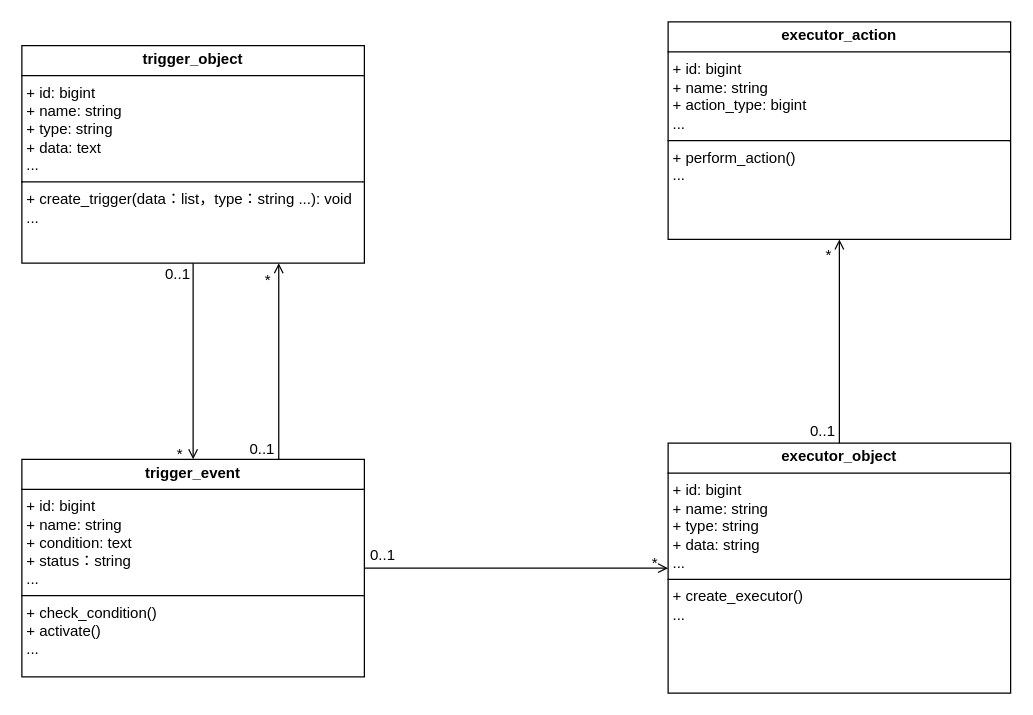
This is 自动化协作类图.drawio from qf2020/drawio, a draw.io file, before an edit. Source tidied: cells renumbered, new cells numbered last; positions are measured from the earlier drawing's top-left corner, leaving out a move shared by most shapes. Both pictures are drawn from the tidied source at 125%, with x=0, y=0 at pixel (21, 21).
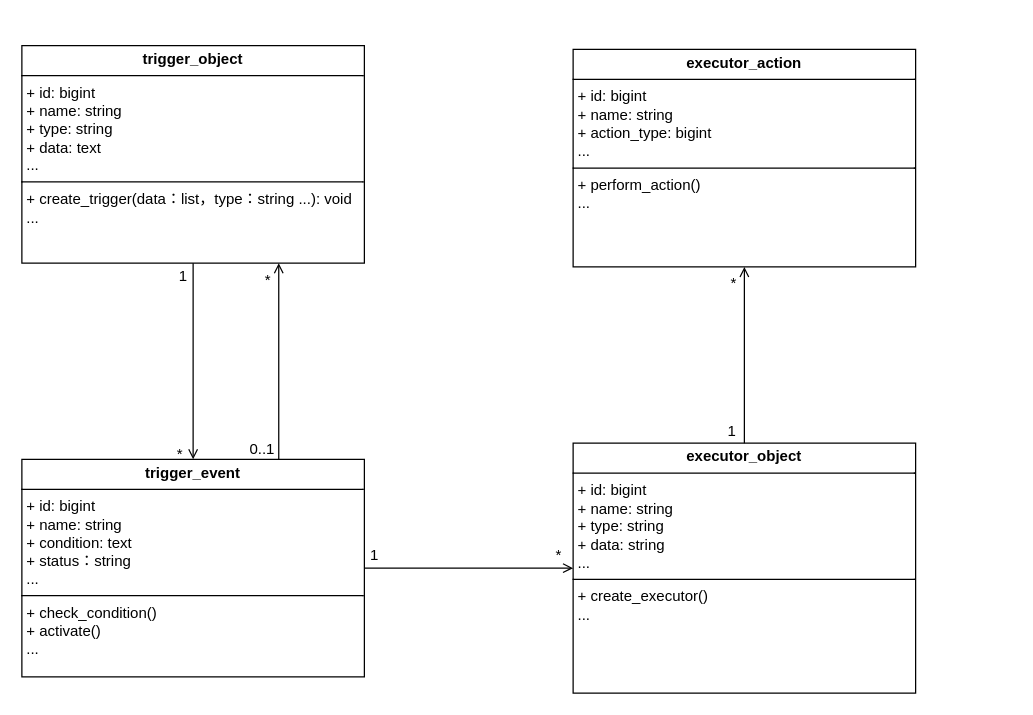
After the change.

Commit message:
更新自动化协作类图.drawio

Unchanged cells that the change refers to:
```xml
<mxCell id="6" style="endArrow=open;shadow=0;strokeWidth=1;rounded=0;curved=0;endFill=1;edgeStyle=elbowEdgeStyle;elbow=vertical;entryX=0.5;entryY=0;entryDx=0;entryDy=0;exitX=0.5;exitY=1;exitDx=0;exitDy=0;" parent="1" edge="1" source="2" target="4">
  <mxGeometry x="0.5" y="41" relative="1" as="geometry">
    <mxPoint x="-40" y="32" as="offset" />
  </mxGeometry>
</mxCell>
<mxCell id="9" style="endArrow=open;shadow=0;strokeWidth=1;rounded=0;curved=0;endFill=1;edgeStyle=elbowEdgeStyle;elbow=vertical;entryX=0.5;entryY=1;entryDx=0;entryDy=0;exitX=0.5;exitY=0;exitDx=0;exitDy=0;" parent="1" edge="1" source="3" target="5">
  <mxGeometry x="0.5" y="41" relative="1" as="geometry">
    <mxPoint x="-40" y="32" as="offset" />
  </mxGeometry>
</mxCell>
<mxCell id="12" style="endArrow=open;shadow=0;strokeWidth=1;rounded=0;endFill=1;elbow=vertical;exitX=1;exitY=0.5;exitDx=0;exitDy=0;entryX=0;entryY=0.5;entryDx=0;entryDy=0;" parent="1" edge="1" source="4" target="3">
  <mxGeometry x="0.5" y="41" relative="1" as="geometry">
    <mxPoint x="-40" y="32" as="offset" />
  </mxGeometry>
</mxCell>
```

Diff of the diagram source:
```diff
@@
     <mxCell id="3" value="&lt;p style=&quot;margin:0px;margin-top:4px;text-align:center;&quot;&gt;&lt;b&gt;executor_object&lt;/b&gt;&lt;/p&gt;&lt;hr size=&quot;1&quot; style=&quot;border-style:solid;&quot;&gt;&lt;p style=&quot;margin: 0px 0px 0px 4px;&quot;&gt;&lt;span style=&quot;background-color: transparent; color: light-dark(rgb(0, 0, 0), rgb(255, 255, 255));&quot;&gt;+ id: bigint&lt;/span&gt;&lt;/p&gt;&lt;p style=&quot;margin: 0px 0px 0px 4px;&quot;&gt;&lt;span style=&quot;background-color: transparent; color: light-dark(rgb(0, 0, 0), rgb(255, 255, 255));&quot;&gt;+ name: string&lt;/span&gt;&lt;/p&gt;&lt;p style=&quot;margin: 0px 0px 0px 4px;&quot;&gt;+ type: string&lt;/p&gt;&lt;p style=&quot;margin: 0px 0px 0px 4px;&quot;&gt;+ data: string&lt;/p&gt;&lt;p style=&quot;margin: 0px 0px 0px 4px;&quot;&gt;...&lt;/p&gt;&lt;hr size=&quot;1&quot; style=&quot;border-style:solid;&quot;&gt;&lt;p style=&quot;margin:0px;margin-left:4px;&quot;&gt;&lt;span style=&quot;background-color: transparent; color: light-dark(rgb(0, 0, 0), rgb(255, 255, 255));&quot;&gt;+ create_executor()&lt;/span&gt;&lt;/p&gt;&lt;p style=&quot;margin:0px;margin-left:4px;&quot;&gt;&lt;span style=&quot;background-color: transparent; color: light-dark(rgb(0, 0, 0), rgb(255, 255, 255));&quot;&gt;...&lt;/span&gt;&lt;/p&gt;&lt;p style=&quot;margin:0px;margin-left:4px;&quot;&gt;&lt;br&gt;&lt;/p&gt;" style="verticalAlign=top;align=left;overflow=fill;html=1;whiteSpace=wrap;" parent="1" vertex="1">
-      <mxGeometry x="517" y="337" width="274" height="200" as="geometry" />
+      <mxGeometry x="441" y="337" width="274" height="200" as="geometry" />
     </mxCell>
@@
     <mxCell id="5" value="&lt;p style=&quot;margin:0px;margin-top:4px;text-align:center;&quot;&gt;&lt;b&gt;executor_action&lt;/b&gt;&lt;/p&gt;&lt;hr size=&quot;1&quot; style=&quot;border-style:solid;&quot;&gt;&lt;p style=&quot;margin:0px;margin-left:4px;&quot;&gt;&lt;span style=&quot;background-color: transparent; color: light-dark(rgb(0, 0, 0), rgb(255, 255, 255));&quot;&gt;+ id: bigint&lt;/span&gt;&lt;/p&gt;&lt;p style=&quot;margin:0px;margin-left:4px;&quot;&gt;&lt;span style=&quot;background-color: transparent; color: light-dark(rgb(0, 0, 0), rgb(255, 255, 255));&quot;&gt;+ name: string&lt;/span&gt;&lt;/p&gt;&lt;p style=&quot;margin:0px;margin-left:4px;&quot;&gt;+ action_type: bigint&lt;/p&gt;&lt;p style=&quot;margin:0px;margin-left:4px;&quot;&gt;...&lt;/p&gt;&lt;hr size=&quot;1&quot; style=&quot;border-style:solid;&quot;&gt;&lt;p style=&quot;margin:0px;margin-left:4px;&quot;&gt;&lt;span style=&quot;background-color: transparent; color: light-dark(rgb(0, 0, 0), rgb(255, 255, 255));&quot;&gt;+ perform_action()&lt;/span&gt;&lt;/p&gt;&lt;p style=&quot;margin:0px;margin-left:4px;&quot;&gt;&lt;span style=&quot;background-color: transparent; color: light-dark(rgb(0, 0, 0), rgb(255, 255, 255));&quot;&gt;...&lt;/span&gt;&lt;/p&gt;&lt;p style=&quot;margin:0px;margin-left:4px;&quot;&gt;&lt;br&gt;&lt;/p&gt;" style="verticalAlign=top;align=left;overflow=fill;html=1;whiteSpace=wrap;" parent="1" vertex="1">
-      <mxGeometry x="517" width="274" height="174" as="geometry" />
+      <mxGeometry x="441" y="22" width="274" height="174" as="geometry" />
     </mxCell>
@@
-    <mxCell id="7" value="0..1" style="align=left;verticalAlign=bottom;labelBackgroundColor=none;fontSize=12;" parent="6" vertex="1">
+    <mxCell id="7" value="1" style="align=left;verticalAlign=bottom;labelBackgroundColor=none;fontSize=12;" parent="6" vertex="1">
       <mxGeometry x="-1" relative="1" as="geometry">
-        <mxPoint x="-24" y="17" as="offset" />
+        <mxPoint x="-13" y="19" as="offset" />
       </mxGeometry>
     </mxCell>
@@
-    <mxCell id="10" value="0..1" style="align=left;verticalAlign=bottom;labelBackgroundColor=none;fontSize=12;" parent="9" vertex="1">
+    <mxCell id="10" value="1" style="align=left;verticalAlign=bottom;labelBackgroundColor=none;fontSize=12;" parent="9" vertex="1">
       <mxGeometry x="-1" relative="1" as="geometry">
-        <mxPoint x="-25" y="-1" as="offset" />
+        <mxPoint x="-15" y="-1" as="offset" />
       </mxGeometry>
     </mxCell>
@@
-    <mxCell id="13" value="0..1" style="align=left;verticalAlign=bottom;labelBackgroundColor=none;fontSize=12;" parent="12" vertex="1">
+    <mxCell id="13" value="1" style="align=left;verticalAlign=bottom;labelBackgroundColor=none;fontSize=12;" parent="12" vertex="1">
       <mxGeometry x="-1" relative="1" as="geometry">
         <mxPoint x="3" y="-2" as="offset" />
       </mxGeometry>
     </mxCell>
     <mxCell id="14" value="*" style="align=right;verticalAlign=bottom;labelBackgroundColor=none;fontSize=12;" parent="12" vertex="1">
       <mxGeometry x="1" relative="1" as="geometry">
-        <mxPoint x="-7" y="4" as="offset" />
+        <mxPoint x="-8" y="-2" as="offset" />
       </mxGeometry>
     </mxCell>
```
